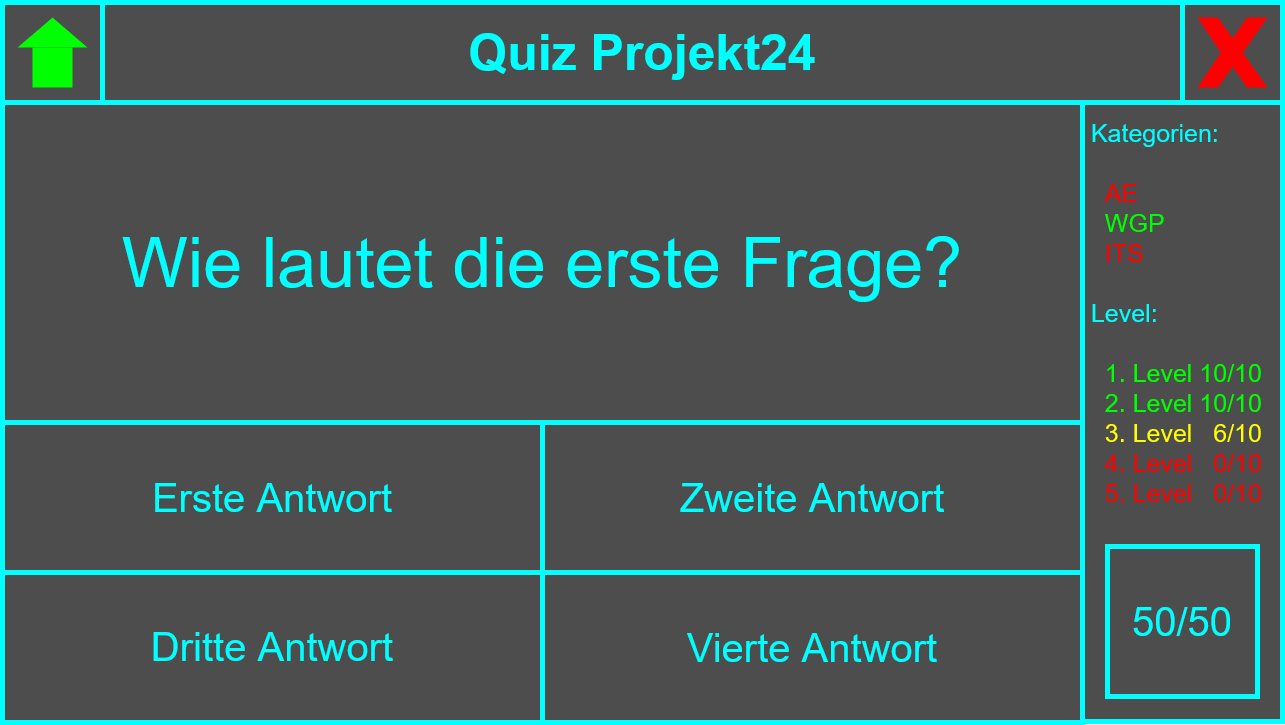
The draw.io diagram doc/assets/GameGUI.png in MninaTB/AE_Quiz_Projekt24, before a commit. Source tidied: cells renumbered, new cells last; positions are measured from the earlier drawing's top-left corner, leaving out a move shared by most shapes.
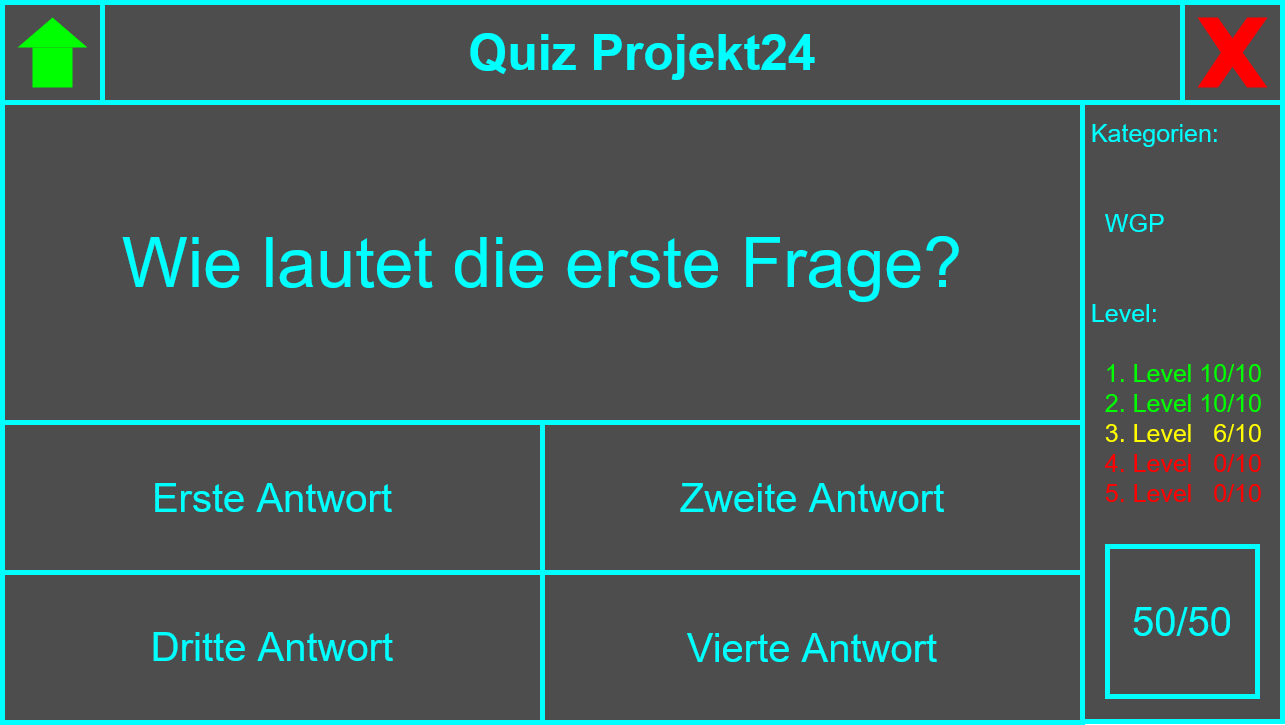
The same diagram one commit later.

Change to the diagram source:
```diff
@@ -71,7 +71,7 @@
     <mxCell id="23" value="&lt;font style=&quot;font-size: 40px&quot;&gt;&lt;font color=&quot;#00FFFF&quot;&gt;Vierte Antwort&lt;/font&gt;&lt;br&gt;&lt;/font&gt;" style="text;html=1;strokeColor=none;fillColor=none;align=center;verticalAlign=middle;whiteSpace=wrap;rounded=0;labelBackgroundColor=none;" parent="1" vertex="1">
       <mxGeometry x="540" y="570" width="540" height="150" as="geometry" />
     </mxCell>
-    <mxCell id="24" value="&lt;div style=&quot;font-size: 25px&quot; align=&quot;left&quot;&gt;&lt;font style=&quot;font-size: 25px&quot; color=&quot;#00FFFF&quot;&gt;&amp;nbsp;Kategorien:&lt;/font&gt;&lt;/div&gt;&lt;div style=&quot;font-size: 25px&quot; align=&quot;left&quot;&gt;&lt;font style=&quot;font-size: 25px&quot; color=&quot;#00FFFF&quot;&gt;&lt;br&gt;&lt;/font&gt;&lt;/div&gt;&lt;div style=&quot;font-size: 25px&quot; align=&quot;left&quot;&gt;&lt;font style=&quot;font-size: 25px&quot; color=&quot;#FF0000&quot;&gt;&amp;nbsp;&amp;nbsp; AE&lt;/font&gt;&lt;font style=&quot;font-size: 25px&quot;&gt;&lt;br&gt;&lt;font style=&quot;font-size: 25px&quot; color=&quot;#00FF00&quot;&gt;&amp;nbsp;&amp;nbsp; WGP&lt;/font&gt;&lt;br&gt;&lt;font style=&quot;font-size: 25px&quot; color=&quot;#FF0000&quot;&gt;&amp;nbsp;&amp;nbsp; ITS&lt;/font&gt;&lt;/font&gt;&lt;/div&gt;&lt;div style=&quot;font-size: 25px&quot; align=&quot;left&quot;&gt;&lt;font style=&quot;font-size: 25px&quot; color=&quot;#FF0000&quot;&gt;&lt;br&gt;&lt;/font&gt;&lt;/div&gt;&lt;div style=&quot;font-size: 25px&quot; align=&quot;left&quot;&gt;&lt;font style=&quot;font-size: 25px&quot; color=&quot;#FF0000&quot;&gt;&lt;font style=&quot;font-size: 25px&quot; color=&quot;#00FFFF&quot;&gt;&amp;nbsp;Level:&lt;/font&gt;&lt;/font&gt;&lt;/div&gt;&lt;div style=&quot;font-size: 25px&quot; align=&quot;left&quot;&gt;&lt;font style=&quot;font-size: 25px&quot; color=&quot;#FF0000&quot;&gt;&lt;font style=&quot;font-size: 25px&quot; color=&quot;#00FFFF&quot;&gt;&lt;br&gt;&lt;/font&gt;&lt;/font&gt;&lt;/div&gt;&lt;div style=&quot;font-size: 25px&quot; align=&quot;left&quot;&gt;&lt;font style=&quot;font-size: 25px&quot; color=&quot;#FF0000&quot;&gt;&lt;font style=&quot;font-size: 25px&quot; color=&quot;#00FFFF&quot;&gt;&lt;font style=&quot;font-size: 25px&quot; color=&quot;#00FF00&quot;&gt;&amp;nbsp;&amp;nbsp; 1. Level 10/10&lt;br&gt;&lt;/font&gt;&lt;/font&gt;&lt;/font&gt;&lt;/div&gt;&lt;div style=&quot;font-size: 25px&quot; align=&quot;left&quot;&gt;&lt;font style=&quot;font-size: 25px&quot; color=&quot;#FF0000&quot;&gt;&lt;font style=&quot;font-size: 25px&quot; color=&quot;#00FFFF&quot;&gt;&lt;font style=&quot;font-size: 25px&quot; color=&quot;#00FF00&quot;&gt;&amp;nbsp;&amp;nbsp; 2. Level 10/10&lt;br&gt;&lt;/font&gt;&lt;/font&gt;&lt;/font&gt;&lt;/div&gt;&lt;div style=&quot;font-size: 25px&quot; align=&quot;left&quot;&gt;&lt;font style=&quot;font-size: 25px&quot; color=&quot;#FF0000&quot;&gt;&lt;font style=&quot;font-size: 25px&quot; color=&quot;#00FFFF&quot;&gt;&lt;font style=&quot;font-size: 25px&quot; color=&quot;#00FF00&quot;&gt;&amp;nbsp;&amp;nbsp; &lt;font style=&quot;font-size: 25px&quot; color=&quot;#FFFF00&quot;&gt;3. Level&amp;nbsp;&amp;nbsp; 6/10&lt;br&gt;&lt;/font&gt;&lt;/font&gt;&lt;/font&gt;&lt;/font&gt;&lt;/div&gt;&lt;div style=&quot;font-size: 25px&quot; align=&quot;left&quot;&gt;&lt;font style=&quot;font-size: 25px&quot; color=&quot;#FF0000&quot;&gt;&lt;font style=&quot;font-size: 25px&quot; color=&quot;#00FFFF&quot;&gt;&lt;font style=&quot;font-size: 25px&quot; color=&quot;#00FF00&quot;&gt;&lt;font style=&quot;font-size: 25px&quot; color=&quot;#FFFF00&quot;&gt;&amp;nbsp;&amp;nbsp; &lt;font style=&quot;font-size: 25px&quot; color=&quot;#FF0000&quot;&gt;4. Level&amp;nbsp;&amp;nbsp; 0/10&lt;br&gt;&lt;/font&gt;&lt;/font&gt;&lt;/font&gt;&lt;/font&gt;&lt;/font&gt;&lt;/div&gt;&lt;div style=&quot;font-size: 25px&quot; align=&quot;left&quot;&gt;&lt;font style=&quot;font-size: 25px&quot; color=&quot;#FF0000&quot;&gt;&lt;font style=&quot;font-size: 25px&quot; color=&quot;#00FFFF&quot;&gt;&lt;font style=&quot;font-size: 25px&quot; color=&quot;#00FF00&quot;&gt;&lt;font style=&quot;font-size: 25px&quot; color=&quot;#FFFF00&quot;&gt;&lt;font style=&quot;font-size: 25px&quot; color=&quot;#FF0000&quot;&gt;&amp;nbsp;&amp;nbsp; 5. Level&lt;/font&gt;&lt;/font&gt;&lt;/font&gt;&lt;/font&gt;&amp;nbsp;&amp;nbsp; 0/10&lt;br&gt;&lt;/font&gt;&lt;/div&gt;" style="text;html=1;strokeColor=none;fillColor=none;align=left;verticalAlign=middle;whiteSpace=wrap;rounded=0;labelBackgroundColor=none;" parent="1" vertex="1">
+    <mxCell id="24" value="&lt;div style=&quot;font-size: 25px&quot; align=&quot;left&quot;&gt;&lt;font style=&quot;font-size: 25px&quot; color=&quot;#00FFFF&quot;&gt;&amp;nbsp;Kategorien:&lt;/font&gt;&lt;/div&gt;&lt;div style=&quot;font-size: 25px&quot; align=&quot;left&quot;&gt;&lt;font style=&quot;font-size: 25px&quot; color=&quot;#00FFFF&quot;&gt;&lt;br&gt;&lt;/font&gt;&lt;/div&gt;&lt;div style=&quot;font-size: 25px&quot; align=&quot;left&quot;&gt;&lt;font style=&quot;font-size: 25px&quot; color=&quot;#FF0000&quot;&gt;&amp;nbsp;&amp;nbsp; &lt;/font&gt;&lt;font style=&quot;font-size: 25px&quot;&gt;&lt;br&gt;&lt;font style=&quot;font-size: 25px&quot; color=&quot;#00FF00&quot;&gt;&amp;nbsp;&amp;nbsp; &lt;font color=&quot;#00FFFF&quot;&gt;WGP&lt;/font&gt;&lt;/font&gt;&lt;br&gt;&lt;font style=&quot;font-size: 25px&quot; color=&quot;#FF0000&quot;&gt;&amp;nbsp;&amp;nbsp; &lt;br&gt;&lt;/font&gt;&lt;/font&gt;&lt;/div&gt;&lt;div style=&quot;font-size: 25px&quot; align=&quot;left&quot;&gt;&lt;font style=&quot;font-size: 25px&quot; color=&quot;#FF0000&quot;&gt;&lt;br&gt;&lt;/font&gt;&lt;/div&gt;&lt;div style=&quot;font-size: 25px&quot; align=&quot;left&quot;&gt;&lt;font style=&quot;font-size: 25px&quot; color=&quot;#FF0000&quot;&gt;&lt;font style=&quot;font-size: 25px&quot; color=&quot;#00FFFF&quot;&gt;&amp;nbsp;Level:&lt;/font&gt;&lt;/font&gt;&lt;/div&gt;&lt;div style=&quot;font-size: 25px&quot; align=&quot;left&quot;&gt;&lt;font style=&quot;font-size: 25px&quot; color=&quot;#FF0000&quot;&gt;&lt;font style=&quot;font-size: 25px&quot; color=&quot;#00FFFF&quot;&gt;&lt;br&gt;&lt;/font&gt;&lt;/font&gt;&lt;/div&gt;&lt;div style=&quot;font-size: 25px&quot; align=&quot;left&quot;&gt;&lt;font style=&quot;font-size: 25px&quot; color=&quot;#FF0000&quot;&gt;&lt;font style=&quot;font-size: 25px&quot; color=&quot;#00FFFF&quot;&gt;&lt;font style=&quot;font-size: 25px&quot; color=&quot;#00FF00&quot;&gt;&amp;nbsp;&amp;nbsp; 1. Level 10/10&lt;br&gt;&lt;/font&gt;&lt;/font&gt;&lt;/font&gt;&lt;/div&gt;&lt;div style=&quot;font-size: 25px&quot; align=&quot;left&quot;&gt;&lt;font style=&quot;font-size: 25px&quot; color=&quot;#FF0000&quot;&gt;&lt;font style=&quot;font-size: 25px&quot; color=&quot;#00FFFF&quot;&gt;&lt;font style=&quot;font-size: 25px&quot; color=&quot;#00FF00&quot;&gt;&amp;nbsp;&amp;nbsp; 2. Level 10/10&lt;br&gt;&lt;/font&gt;&lt;/font&gt;&lt;/font&gt;&lt;/div&gt;&lt;div style=&quot;font-size: 25px&quot; align=&quot;left&quot;&gt;&lt;font style=&quot;font-size: 25px&quot; color=&quot;#FF0000&quot;&gt;&lt;font style=&quot;font-size: 25px&quot; color=&quot;#00FFFF&quot;&gt;&lt;font style=&quot;font-size: 25px&quot; color=&quot;#00FF00&quot;&gt;&amp;nbsp;&amp;nbsp; &lt;font style=&quot;font-size: 25px&quot; color=&quot;#FFFF00&quot;&gt;3. Level&amp;nbsp;&amp;nbsp; 6/10&lt;br&gt;&lt;/font&gt;&lt;/font&gt;&lt;/font&gt;&lt;/font&gt;&lt;/div&gt;&lt;div style=&quot;font-size: 25px&quot; align=&quot;left&quot;&gt;&lt;font style=&quot;font-size: 25px&quot; color=&quot;#FF0000&quot;&gt;&lt;font style=&quot;font-size: 25px&quot; color=&quot;#00FFFF&quot;&gt;&lt;font style=&quot;font-size: 25px&quot; color=&quot;#00FF00&quot;&gt;&lt;font style=&quot;font-size: 25px&quot; color=&quot;#FFFF00&quot;&gt;&amp;nbsp;&amp;nbsp; &lt;font style=&quot;font-size: 25px&quot; color=&quot;#FF0000&quot;&gt;4. Level&amp;nbsp;&amp;nbsp; 0/10&lt;br&gt;&lt;/font&gt;&lt;/font&gt;&lt;/font&gt;&lt;/font&gt;&lt;/font&gt;&lt;/div&gt;&lt;div style=&quot;font-size: 25px&quot; align=&quot;left&quot;&gt;&lt;font style=&quot;font-size: 25px&quot; color=&quot;#FF0000&quot;&gt;&lt;font style=&quot;font-size: 25px&quot; color=&quot;#00FFFF&quot;&gt;&lt;font style=&quot;font-size: 25px&quot; color=&quot;#00FF00&quot;&gt;&lt;font style=&quot;font-size: 25px&quot; color=&quot;#FFFF00&quot;&gt;&lt;font style=&quot;font-size: 25px&quot; color=&quot;#FF0000&quot;&gt;&amp;nbsp;&amp;nbsp; 5. Level&lt;/font&gt;&lt;/font&gt;&lt;/font&gt;&lt;/font&gt;&amp;nbsp;&amp;nbsp; 0/10&lt;br&gt;&lt;/font&gt;&lt;/div&gt;" style="text;html=1;strokeColor=none;fillColor=none;align=left;verticalAlign=middle;whiteSpace=wrap;rounded=0;labelBackgroundColor=none;" parent="1" vertex="1">
       <mxGeometry x="1080" y="100" width="200" height="420" as="geometry" />
     </mxCell>
   </root>
```
